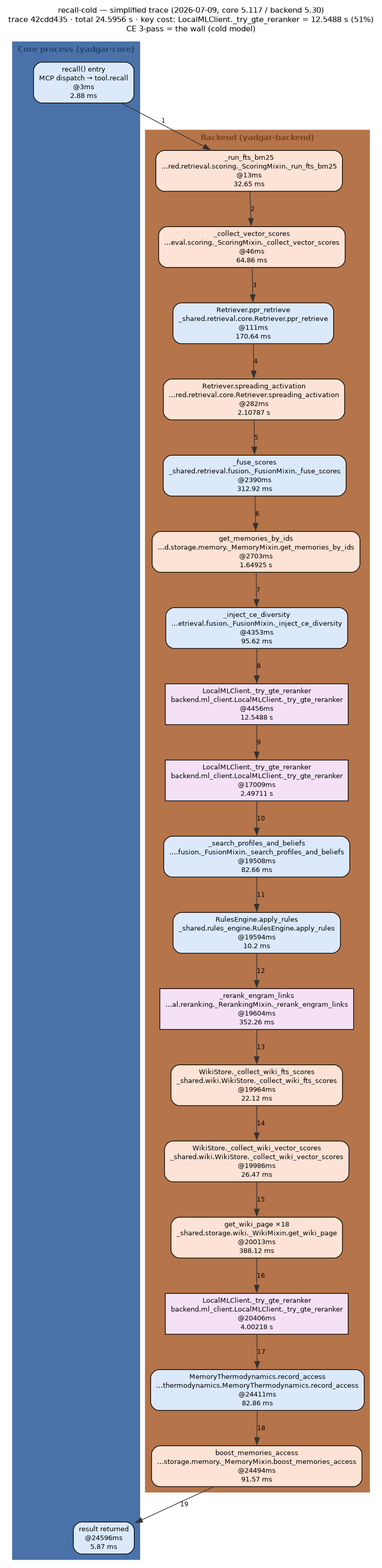
Earlier version of the Graphviz export docs/diagrams/out/recall-cold-trace-2026-07-09.png (m-agahi/yadgar). Its source is kept beside it as docs/diagrams/out/recall-cold-trace-2026-07-09.dot. The source it was exported from:
```dot
digraph flow {
  rankdir="TB";
  newrank=true;
  compound=true;
  nodesep=0.35;
  ranksep=0.55;
  graph [fontname="Helvetica", fontsize=11, labelloc="t"];
  node  [fontname="Helvetica", fontsize=10];
  edge  [fontname="Helvetica", fontsize=9];
  label="recall-cold — simplified trace (2026-07-09, core 5.117 / backend 5.30)
trace 42cdd435 · total 24.5956 s · key cost: LocalMLClient._try_gte_reranker = 12.5488 s (51%)\nCE 3-pass = the wall (cold model)";
  subgraph "cluster_core" {
    label="Core process (yadgar-core)";
    style=filled;
    bgcolor="#eef4fb";
    color="#4a72a8";
    fontcolor="#26456b";
    fontname="Helvetica-Bold";
    "entry" [shape="box", style="rounded,filled", fillcolor="#dbe9fb", label="recall() entry\nMCP dispatch → tool.recall\n@3ms\n2.88 ms"];
    "done" [shape="box", style="rounded,filled", fillcolor="#dbe9fb", label="result returned\n@24596ms\n5.87 ms"];
  }
  subgraph "cluster_backend" {
    label="Backend (yadgar-backend)";
    style=filled;
    bgcolor="#fbf0ea";
    color="#b5744a";
    fontcolor="#7a4620";
    fontname="Helvetica-Bold";
    "s0" [shape="box", style="rounded,filled", fillcolor="#fce3d6", label="_run_fts_bm25\n…red.retrieval.scoring._ScoringMixin._run_fts_bm25\n@13ms\n32.65 ms"];
    "s1" [shape="box", style="rounded,filled", fillcolor="#fce3d6", label="_collect_vector_scores\n…eval.scoring._ScoringMixin._collect_vector_scores\n@46ms\n64.86 ms"];
    "s2" [shape="box", style="rounded,filled", fillcolor="#dbe9fb", label="Retriever.ppr_retrieve\n_shared.retrieval.core.Retriever.ppr_retrieve\n@111ms\n170.64 ms"];
    "s3" [shape="box", style="rounded,filled", fillcolor="#fce3d6", label="Retriever.spreading_activation\n…red.retrieval.core.Retriever.spreading_activation\n@282ms\n2.10787 s"];
    "s4" [shape="box", style="rounded,filled", fillcolor="#dbe9fb", label="_fuse_scores\n_shared.retrieval.fusion._FusionMixin._fuse_scores\n@2390ms\n312.92 ms"];
    "s5" [shape="box", style="rounded,filled", fillcolor="#fce3d6", label="get_memories_by_ids\n…d.storage.memory._MemoryMixin.get_memories_by_ids\n@2703ms\n1.64925 s"];
    "s6" [shape="box", style="rounded,filled", fillcolor="#dbe9fb", label="_inject_ce_diversity\n…etrieval.fusion._FusionMixin._inject_ce_diversity\n@4353ms\n95.62 ms"];
    "s7" [shape="box", style="filled", fillcolor="#f5e1f5", label="LocalMLClient._try_gte_reranker\nbackend.ml_client.LocalMLClient._try_gte_reranker\n@4456ms\n12.5488 s"];
    "s8" [shape="box", style="filled", fillcolor="#f5e1f5", label="LocalMLClient._try_gte_reranker\nbackend.ml_client.LocalMLClient._try_gte_reranker\n@17009ms\n2.49711 s"];
    "s9" [shape="box", style="rounded,filled", fillcolor="#dbe9fb", label="_search_profiles_and_beliefs\n….fusion._FusionMixin._search_profiles_and_beliefs\n@19508ms\n82.66 ms"];
    "s10" [shape="box", style="rounded,filled", fillcolor="#dbe9fb", label="RulesEngine.apply_rules\n_shared.rules_engine.RulesEngine.apply_rules\n@19594ms\n10.2 ms"];
    "s11" [shape="box", style="filled", fillcolor="#f5e1f5", label="_rerank_engram_links\n…al.reranking._RerankingMixin._rerank_engram_links\n@19604ms\n352.26 ms"];
    "s12" [shape="box", style="rounded,filled", fillcolor="#fce3d6", label="WikiStore._collect_wiki_fts_scores\n_shared.wiki.WikiStore._collect_wiki_fts_scores\n@19964ms\n22.12 ms"];
    "s13" [shape="box", style="rounded,filled", fillcolor="#fce3d6", label="WikiStore._collect_wiki_vector_scores\n_shared.wiki.WikiStore._collect_wiki_vector_scores\n@19986ms\n26.47 ms"];
    "s14" [shape="box", style="rounded,filled", fillcolor="#fce3d6", label="get_wiki_page ×18\n_shared.storage.wiki._WikiMixin.get_wiki_page\n@20013ms\n388.12 ms"];
    "s15" [shape="box", style="filled", fillcolor="#f5e1f5", label="LocalMLClient._try_gte_reranker\nbackend.ml_client.LocalMLClient._try_gte_reranker\n@20406ms\n4.00218 s"];
    "s16" [shape="box", style="rounded,filled", fillcolor="#dbe9fb", label="MemoryThermodynamics.record_access\n…thermodynamics.MemoryThermodynamics.record_access\n@24411ms\n82.86 ms"];
    "s17" [shape="box", style="rounded,filled", fillcolor="#fce3d6", label="boost_memories_access\n…storage.memory._MemoryMixin.boost_memories_access\n@24494ms\n91.57 ms"];
  }
  "entry" -> "s0" [color="#333333", style="solid", label="1"];
  "s0" -> "s1" [color="#333333", style="solid", label="2"];
  "s1" -> "s2" [color="#333333", style="solid", label="3"];
  "s2" -> "s3" [color="#333333", style="solid", label="4"];
  "s3" -> "s4" [color="#333333", style="solid", label="5"];
  "s4" -> "s5" [color="#333333", style="solid", label="6"];
  "s5" -> "s6" [color="#333333", style="solid", label="7"];
  "s6" -> "s7" [color="#333333", style="solid", label="8"];
  "s7" -> "s8" [color="#333333", style="solid", label="9"];
  "s8" -> "s9" [color="#333333", style="solid", label="10"];
  "s9" -> "s10" [color="#333333", style="solid", label="11"];
  "s10" -> "s11" [color="#333333", style="solid", label="12"];
  "s11" -> "s12" [color="#333333", style="solid", label="13"];
  "s12" -> "s13" [color="#333333", style="solid", label="14"];
  "s13" -> "s14" [color="#333333", style="solid", label="15"];
  "s14" -> "s15" [color="#333333", style="solid", label="16"];
  "s15" -> "s16" [color="#333333", style="solid", label="17"];
  "s16" -> "s17" [color="#333333", style="solid", label="18"];
  "s17" -> "done" [color="#333333", style="solid", label="19"];
}
```
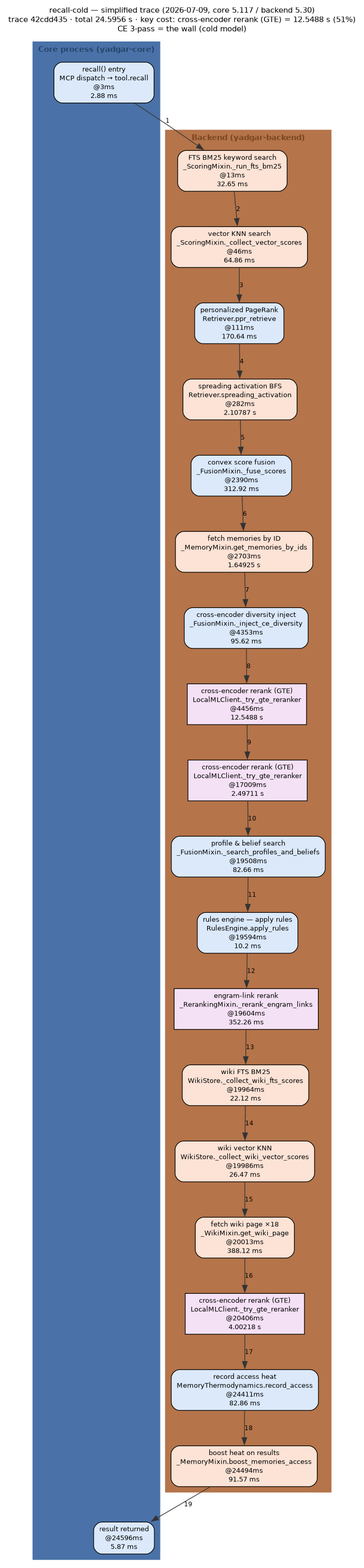
After the change.

Diff of the diagram source:
```diff
@@ -8,7 +8,7 @@
   node  [fontname="Helvetica", fontsize=10];
   edge  [fontname="Helvetica", fontsize=9];
   label="recall-cold — simplified trace (2026-07-09, core 5.117 / backend 5.30)
-trace 42cdd435 · total 24.5956 s · key cost: LocalMLClient._try_gte_reranker = 12.5488 s (51%)\nCE 3-pass = the wall (cold model)";
+trace 42cdd435 · total 24.5956 s · key cost: cross-encoder rerank (GTE) = 12.5488 s (51%)\nCE 3-pass = the wall (cold model)";
   subgraph "cluster_core" {
     label="Core process (yadgar-core)";
     style=filled;
@@ -26,24 +26,24 @@
     color="#b5744a";
     fontcolor="#7a4620";
     fontname="Helvetica-Bold";
-    "s0" [shape="box", style="rounded,filled", fillcolor="#fce3d6", label="_run_fts_bm25\n…red.retrieval.scoring._ScoringMixin._run_fts_bm25\n@13ms\n32.65 ms"];
-    "s1" [shape="box", style="rounded,filled", fillcolor="#fce3d6", label="_collect_vector_scores\n…eval.scoring._ScoringMixin._collect_vector_scores\n@46ms\n64.86 ms"];
-    "s2" [shape="box", style="rounded,filled", fillcolor="#dbe9fb", label="Retriever.ppr_retrieve\n_shared.retrieval.core.Retriever.ppr_retrieve\n@111ms\n170.64 ms"];
-    "s3" [shape="box", style="rounded,filled", fillcolor="#fce3d6", label="Retriever.spreading_activation\n…red.retrieval.core.Retriever.spreading_activation\n@282ms\n2.10787 s"];
-    "s4" [shape="box", style="rounded,filled", fillcolor="#dbe9fb", label="_fuse_scores\n_shared.retrieval.fusion._FusionMixin._fuse_scores\n@2390ms\n312.92 ms"];
-    "s5" [shape="box", style="rounded,filled", fillcolor="#fce3d6", label="get_memories_by_ids\n…d.storage.memory._MemoryMixin.get_memories_by_ids\n@2703ms\n1.64925 s"];
-    "s6" [shape="box", style="rounded,filled", fillcolor="#dbe9fb", label="_inject_ce_diversity\n…etrieval.fusion._FusionMixin._inject_ce_diversity\n@4353ms\n95.62 ms"];
-    "s7" [shape="box", style="filled", fillcolor="#f5e1f5", label="LocalMLClient._try_gte_reranker\nbackend.ml_client.LocalMLClient._try_gte_reranker\n@4456ms\n12.5488 s"];
-    "s8" [shape="box", style="filled", fillcolor="#f5e1f5", label="LocalMLClient._try_gte_reranker\nbackend.ml_client.LocalMLClient._try_gte_reranker\n@17009ms\n2.49711 s"];
-    "s9" [shape="box", style="rounded,filled", fillcolor="#dbe9fb", label="_search_profiles_and_beliefs\n….fusion._FusionMixin._search_profiles_and_beliefs\n@19508ms\n82.66 ms"];
-    "s10" [shape="box", style="rounded,filled", fillcolor="#dbe9fb", label="RulesEngine.apply_rules\n_shared.rules_engine.RulesEngine.apply_rules\n@19594ms\n10.2 ms"];
-    "s11" [shape="box", style="filled", fillcolor="#f5e1f5", label="_rerank_engram_links\n…al.reranking._RerankingMixin._rerank_engram_links\n@19604ms\n352.26 ms"];
-    "s12" [shape="box", style="rounded,filled", fillcolor="#fce3d6", label="WikiStore._collect_wiki_fts_scores\n_shared.wiki.WikiStore._collect_wiki_fts_scores\n@19964ms\n22.12 ms"];
-    "s13" [shape="box", style="rounded,filled", fillcolor="#fce3d6", label="WikiStore._collect_wiki_vector_scores\n_shared.wiki.WikiStore._collect_wiki_vector_scores\n@19986ms\n26.47 ms"];
-    "s14" [shape="box", style="rounded,filled", fillcolor="#fce3d6", label="get_wiki_page ×18\n_shared.storage.wiki._WikiMixin.get_wiki_page\n@20013ms\n388.12 ms"];
-    "s15" [shape="box", style="filled", fillcolor="#f5e1f5", label="LocalMLClient._try_gte_reranker\nbackend.ml_client.LocalMLClient._try_gte_reranker\n@20406ms\n4.00218 s"];
-    "s16" [shape="box", style="rounded,filled", fillcolor="#dbe9fb", label="MemoryThermodynamics.record_access\n…thermodynamics.MemoryThermodynamics.record_access\n@24411ms\n82.86 ms"];
-    "s17" [shape="box", style="rounded,filled", fillcolor="#fce3d6", label="boost_memories_access\n…storage.memory._MemoryMixin.boost_memories_access\n@24494ms\n91.57 ms"];
+    "s0" [shape="box", style="rounded,filled", fillcolor="#fce3d6", label="FTS BM25 keyword search\n_ScoringMixin._run_fts_bm25\n@13ms\n32.65 ms"];
+    "s1" [shape="box", style="rounded,filled", fillcolor="#fce3d6", label="vector KNN search\n_ScoringMixin._collect_vector_scores\n@46ms\n64.86 ms"];
+    "s2" [shape="box", style="rounded,filled", fillcolor="#dbe9fb", label="personalized PageRank\nRetriever.ppr_retrieve\n@111ms\n170.64 ms"];
+    "s3" [shape="box", style="rounded,filled", fillcolor="#fce3d6", label="spreading activation BFS\nRetriever.spreading_activation\n@282ms\n2.10787 s"];
+    "s4" [shape="box", style="rounded,filled", fillcolor="#dbe9fb", label="convex score fusion\n_FusionMixin._fuse_scores\n@2390ms\n312.92 ms"];
+    "s5" [shape="box", style="rounded,filled", fillcolor="#fce3d6", label="fetch memories by ID\n_MemoryMixin.get_memories_by_ids\n@2703ms\n1.64925 s"];
+    "s6" [shape="box", style="rounded,filled", fillcolor="#dbe9fb", label="cross-encoder diversity inject\n_FusionMixin._inject_ce_diversity\n@4353ms\n95.62 ms"];
+    "s7" [shape="box", style="filled", fillcolor="#f5e1f5", label="cross-encoder rerank (GTE)\nLocalMLClient._try_gte_reranker\n@4456ms\n12.5488 s"];
+    "s8" [shape="box", style="filled", fillcolor="#f5e1f5", label="cross-encoder rerank (GTE)\nLocalMLClient._try_gte_reranker\n@17009ms\n2.49711 s"];
+    "s9" [shape="box", style="rounded,filled", fillcolor="#dbe9fb", label="profile & belief search\n_FusionMixin._search_profiles_and_beliefs\n@19508ms\n82.66 ms"];
+    "s10" [shape="box", style="rounded,filled", fillcolor="#dbe9fb", label="rules engine — apply rules\nRulesEngine.apply_rules\n@19594ms\n10.2 ms"];
+    "s11" [shape="box", style="filled", fillcolor="#f5e1f5", label="engram-link rerank\n_RerankingMixin._rerank_engram_links\n@19604ms\n352.26 ms"];
+    "s12" [shape="box", style="rounded,filled", fillcolor="#fce3d6", label="wiki FTS BM25\nWikiStore._collect_wiki_fts_scores\n@19964ms\n22.12 ms"];
+    "s13" [shape="box", style="rounded,filled", fillcolor="#fce3d6", label="wiki vector KNN\nWikiStore._collect_wiki_vector_scores\n@19986ms\n26.47 ms"];
+    "s14" [shape="box", style="rounded,filled", fillcolor="#fce3d6", label="fetch wiki page ×18\n_WikiMixin.get_wiki_page\n@20013ms\n388.12 ms"];
+    "s15" [shape="box", style="filled", fillcolor="#f5e1f5", label="cross-encoder rerank (GTE)\nLocalMLClient._try_gte_reranker\n@20406ms\n4.00218 s"];
+    "s16" [shape="box", style="rounded,filled", fillcolor="#dbe9fb", label="record access heat\nMemoryThermodynamics.record_access\n@24411ms\n82.86 ms"];
+    "s17" [shape="box", style="rounded,filled", fillcolor="#fce3d6", label="boost heat on results\n_MemoryMixin.boost_memories_access\n@24494ms\n91.57 ms"];
   }
   "entry" -> "s0" [color="#333333", style="solid", label="1"];
   "s0" -> "s1" [color="#333333", style="solid", label="2"];
```
